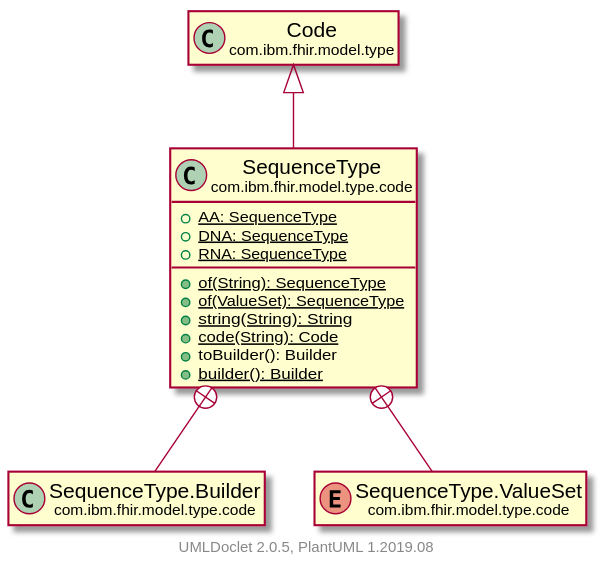
Before: javadocs/latest/com/ibm/fhir/model/type/code/SequenceType.svg, a diagram exported from PlantUML (tumblewind/FHIR). Its diagram source:
```plantuml
@startuml
    set namespaceSeparator none
    hide empty fields
    hide empty methods

    class "<size:14>SequenceType\n<size:10>com.ibm.fhir.model.type.code" as com.ibm.fhir.model.type.code.SequenceType [[SequenceType.html]] {
        {static} +AA: SequenceType
        {static} +DNA: SequenceType
        {static} +RNA: SequenceType
        {static} +of(String): SequenceType
        {static} +of(ValueSet): SequenceType
        {static} +string(String): String
        {static} +code(String): Code
        +toBuilder(): Builder
        {static} +builder(): Builder
    }

    class "<size:14>Code\n<size:10>com.ibm.fhir.model.type" as com.ibm.fhir.model.type.Code [[../Code.html]]
    class "<size:14>SequenceType.Builder\n<size:10>com.ibm.fhir.model.type.code" as com.ibm.fhir.model.type.code.SequenceType.Builder [[SequenceType.Builder.html]]
    enum "<size:14>SequenceType.ValueSet\n<size:10>com.ibm.fhir.model.type.code" as com.ibm.fhir.model.type.code.SequenceType.ValueSet [[SequenceType.ValueSet.html]]

    com.ibm.fhir.model.type.Code <|-- com.ibm.fhir.model.type.code.SequenceType
    com.ibm.fhir.model.type.code.SequenceType +-- com.ibm.fhir.model.type.code.SequenceType.Builder
    com.ibm.fhir.model.type.code.SequenceType +-- com.ibm.fhir.model.type.code.SequenceType.ValueSet

    center footer UMLDoclet 2.0.5, PlantUML 1.2019.08
@enduml
```
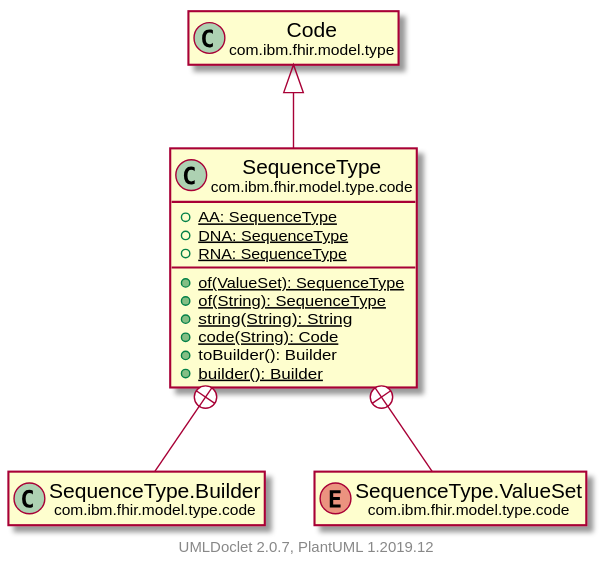
Later version of the same file.

Diff of the diagram source:
```diff
@@ -7,8 +7,8 @@
         {static} +AA: SequenceType
         {static} +DNA: SequenceType
         {static} +RNA: SequenceType
+        {static} +of(ValueSet): SequenceType
         {static} +of(String): SequenceType
-        {static} +of(ValueSet): SequenceType
         {static} +string(String): String
         {static} +code(String): Code
         +toBuilder(): Builder
@@ -23,5 +23,5 @@
     com.ibm.fhir.model.type.code.SequenceType +-- com.ibm.fhir.model.type.code.SequenceType.Builder
     com.ibm.fhir.model.type.code.SequenceType +-- com.ibm.fhir.model.type.code.SequenceType.ValueSet
 
-    center footer UMLDoclet 2.0.5, PlantUML 1.2019.08
+    center footer UMLDoclet 2.0.7, PlantUML 1.2019.12
 @enduml
```
